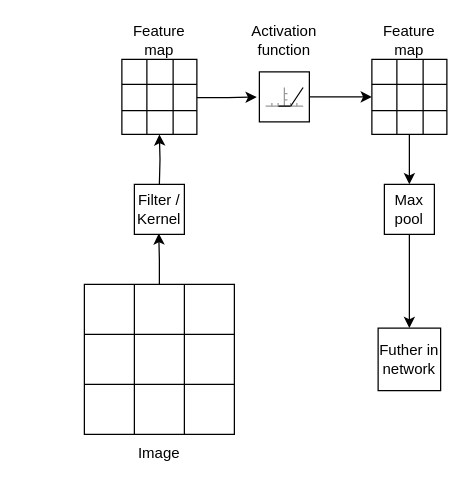
Mikkelnn/ESD7-Project keeps this draw.io diagram as figures/technicalAnalysis/NN/CNNCovolutionAndFeatureExtraction.drawio. Above is the earlier version. Source tidied: cells renumbered, new cells numbered last; positions are measured from the earlier drawing's top-left corner, leaving out a move shared by most shapes. Both pictures are drawn from the tidied source at 125%, with x=0, y=0 at pixel (84, 21).
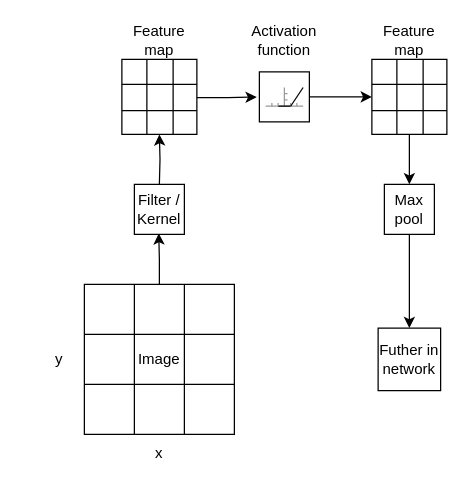
Above is the later version.

Diff of the diagram source:
```diff
@@
-    <mxCell id="27" value="Image" style="text;html=1;whiteSpace=wrap;strokeColor=none;fillColor=none;align=center;verticalAlign=middle;rounded=0;fontFamily=Project Font;" parent="1" vertex="1">
-      <mxGeometry x="30" y="330" width="60" height="30" as="geometry" />
-    </mxCell>
@@
+    <mxCell id="66" value="x" style="text;html=1;whiteSpace=wrap;strokeColor=none;fillColor=none;align=center;verticalAlign=middle;rounded=0;" parent="1" vertex="1">
+      <mxGeometry x="30" y="330" width="60" height="30" as="geometry" />
+    </mxCell>
+    <mxCell id="67" value="y" style="text;html=1;whiteSpace=wrap;strokeColor=none;fillColor=none;align=center;verticalAlign=middle;rounded=0;" parent="1" vertex="1">
+      <mxGeometry x="-50" y="255" width="60" height="30" as="geometry" />
+    </mxCell>
+    <mxCell id="27" value="Image" style="text;html=1;whiteSpace=wrap;strokeColor=none;fillColor=none;align=center;verticalAlign=middle;rounded=0;fontFamily=Project Font;" parent="1" vertex="1">
+      <mxGeometry x="30" y="255" width="60" height="30" as="geometry" />
+    </mxCell>
```
